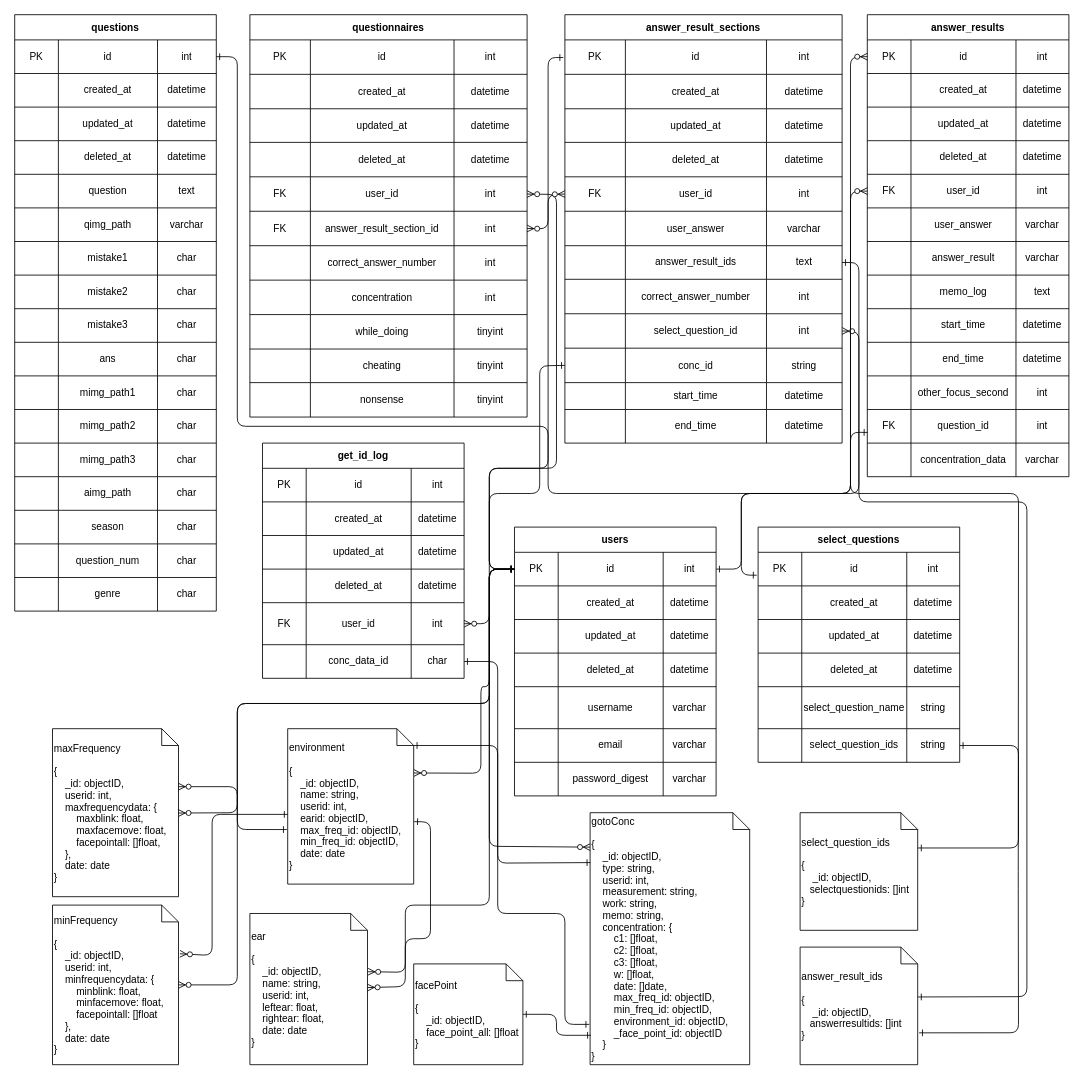
The draw.io diagram db/設計5.drawio in gotomsak/sconcent, before the edit. Source tidied: cells renumbered, new cells numbered last; positions are measured from the earlier drawing's top-left corner, leaving out a move shared by most shapes. Both pictures are drawn from the tidied source at 84%, with x=0, y=0 at pixel (14, 14).
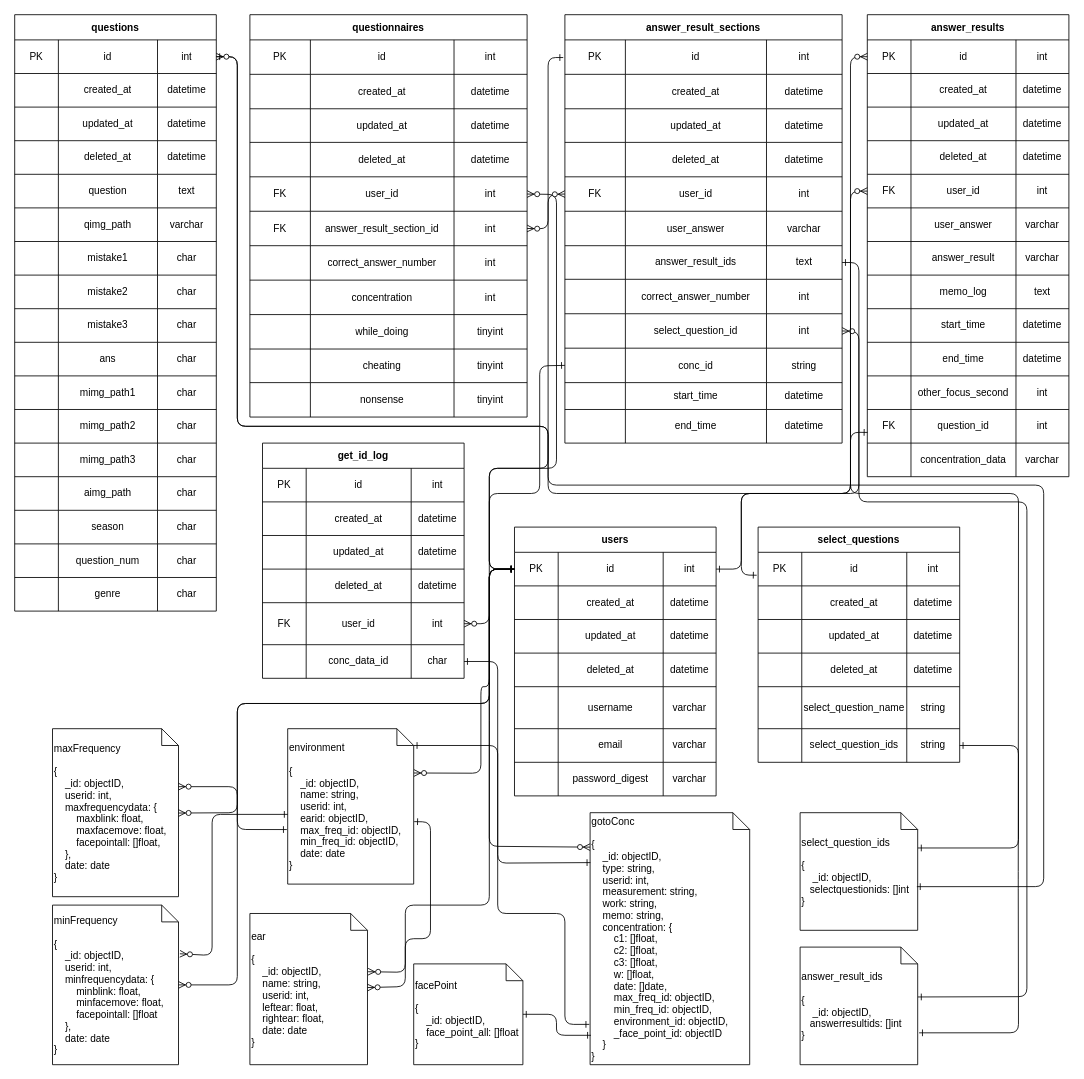
Above is the later version.

Commit message:
設計図の追加

The change refers to these unchanged cells:
```xml
<mxCell id="124" style="shape=partialRectangle;whiteSpace=wrap;fillColor=none;top=0;left=0;bottom=0;right=0;points=[[0,0.5],[1,0.5]];portConstraint=eastwest;" parent="123" vertex="1">
  <mxGeometry y="30" width="240" height="40" as="geometry" />
</mxCell>
<mxCell id="311" value="select_question_ids&#10;&#10;{&#10;    _id: objectID,&#10;   selectquestionids: []int&#10;}" style="shape=note;size=20;fillColor=none;align=left;" parent="1" vertex="1">
  <mxGeometry x="935" y="950" width="140" height="140" as="geometry" />
</mxCell>
```

The edit, as a diff of the source:
```diff
@@
+    <mxCell id="326" style="edgeStyle=none;html=1;exitX=1;exitY=0.5;exitDx=0;exitDy=0;entryX=0.993;entryY=0.629;entryDx=0;entryDy=0;entryPerimeter=0;startArrow=ERzeroToMany;startFill=1;endArrow=ERone;endFill=0;" parent="1" edge="1" source="124" target="311">
+      <mxGeometry relative="1" as="geometry">
+        <Array as="points">
+          <mxPoint x="265" y="50" />
+          <mxPoint x="265" y="490" />
+          <mxPoint x="635" y="490" />
+          <mxPoint x="635" y="560" />
+          <mxPoint x="1225" y="560" />
+          <mxPoint x="1225" y="1038" />
+        </Array>
+      </mxGeometry>
+    </mxCell>
```
